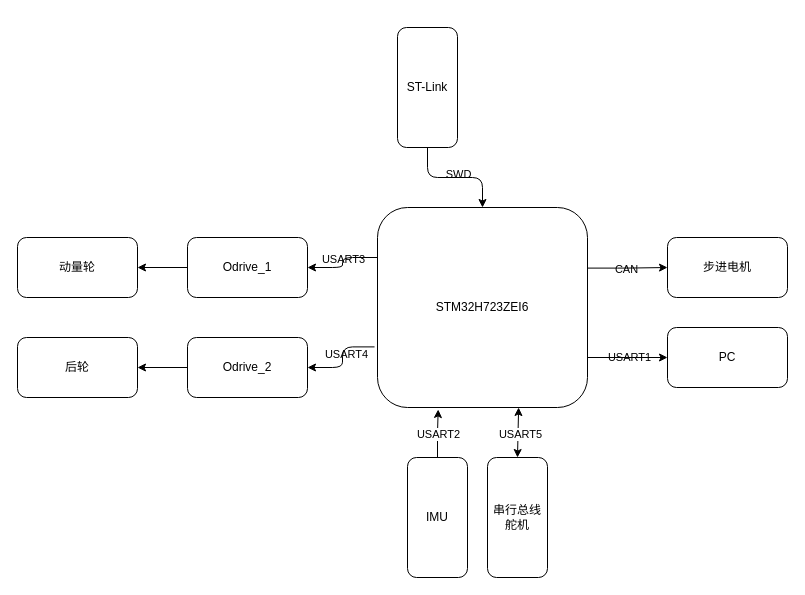
This is Control_Unit/Hardware/控制单元架构.drawio from Ashington258/EquiCycle, a draw.io file, before an edit. Source tidied: cells renumbered, new cells numbered last; positions are measured from the earlier drawing's top-left corner, leaving out a move shared by most shapes. Both pictures are drawn from the tidied source at 100%, with x=0, y=0 at pixel (17, 27).
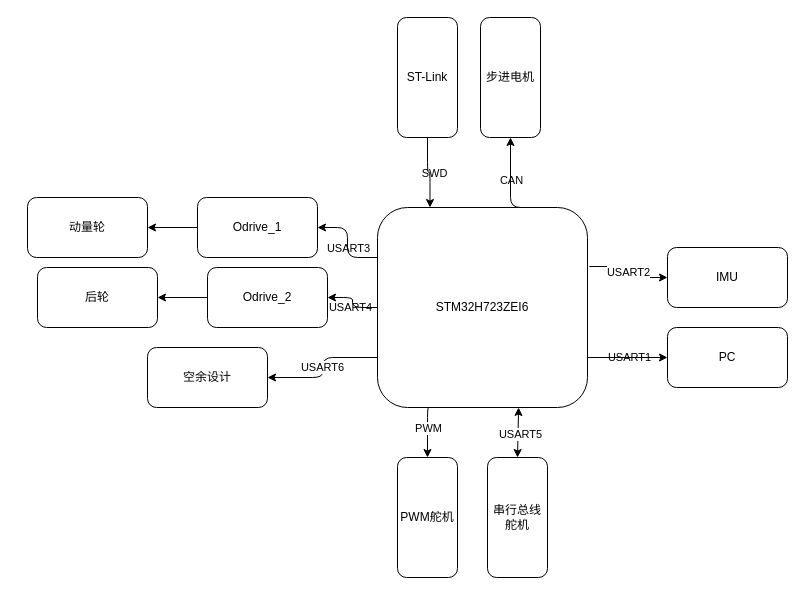
The same page after the edit.

Commit message:
更新了硬件框架

Unchanged cells that the change refers to:
```xml
<mxCell id="8" value="STM32H723ZEI6" style="rounded=1;whiteSpace=wrap;html=1;labelBackgroundColor=none;" parent="1" vertex="1">
  <mxGeometry x="360" y="180" width="210" height="200" as="geometry" />
</mxCell>
<mxCell id="15" value="串行总线舵机" style="rounded=1;whiteSpace=wrap;html=1;direction=south;labelBackgroundColor=none;" parent="1" vertex="1">
  <mxGeometry x="470" y="430" width="60" height="120" as="geometry" />
</mxCell>
```

What changed in the source:
```diff
@@
-    <mxCell id="4" style="edgeStyle=orthogonalEdgeStyle;rounded=1;jettySize=auto;html=1;entryX=0;entryY=0.5;entryDx=0;entryDy=0;exitX=1.002;exitY=0.303;exitDx=0;exitDy=0;exitPerimeter=0;labelBackgroundColor=none;fontColor=default;" parent="1" edge="1" source="8" target="9">
-      <mxGeometry relative="1" as="geometry" />
+    <mxCell id="4" style="edgeStyle=orthogonalEdgeStyle;rounded=1;jettySize=auto;html=1;entryX=0;entryY=0.5;entryDx=0;entryDy=0;exitX=0.75;exitY=0;exitDx=0;exitDy=0;labelBackgroundColor=none;fontColor=default;" parent="1" edge="1" source="8" target="9">
+      <mxGeometry relative="1" as="geometry">
+        <Array as="points">
+          <mxPoint x="493" y="180" />
+        </Array>
+      </mxGeometry>
     </mxCell>
     <mxCell id="5" value="CAN" style="edgeLabel;html=1;align=center;verticalAlign=middle;rounded=1;labelBackgroundColor=none;" parent="4" vertex="1">
-      <mxGeometry x="-0.05" y="-1" relative="1" as="geometry" />
+      <mxGeometry x="-0.05" y="-1" relative="1" as="geometry">
+        <mxPoint x="-1" y="-7" as="offset" />
+      </mxGeometry>
     </mxCell>
-    <mxCell id="6" style="edgeStyle=orthogonalEdgeStyle;rounded=1;jettySize=auto;html=1;exitX=-0.014;exitY=0.697;exitDx=0;exitDy=0;entryX=1;entryY=0.5;entryDx=0;entryDy=0;exitPerimeter=0;labelBackgroundColor=none;fontColor=default;" parent="1" edge="1" source="8" target="13">
+    <mxCell id="6" style="edgeStyle=orthogonalEdgeStyle;rounded=1;jettySize=auto;html=1;entryX=1;entryY=0.5;entryDx=0;entryDy=0;labelBackgroundColor=none;fontColor=default;" parent="1" edge="1" source="8" target="13">
       <mxGeometry relative="1" as="geometry" />
     </mxCell>
@@
+    <mxCell id="28" style="edgeStyle=orthogonalEdgeStyle;rounded=1;jettySize=auto;html=1;exitX=0.25;exitY=1;exitDx=0;exitDy=0;curved=0;" parent="1" edge="1" source="8" target="33">
+      <mxGeometry relative="1" as="geometry">
+        <Array as="points">
+          <mxPoint x="410" y="380" />
+        </Array>
+      </mxGeometry>
+    </mxCell>
+    <mxCell id="29" value="PWM" style="edgeLabel;html=1;align=center;verticalAlign=middle;rounded=1;" parent="28" vertex="1">
+      <mxGeometry x="-0.12" relative="1" as="geometry" />
+    </mxCell>
+    <mxCell id="30" style="edgeStyle=orthogonalEdgeStyle;rounded=1;jettySize=auto;html=1;exitX=0;exitY=0.75;exitDx=0;exitDy=0;" parent="1" edge="1" source="8" target="34">
+      <mxGeometry relative="1" as="geometry" />
+    </mxCell>
+    <mxCell id="31" value="USART6" style="edgeLabel;html=1;align=center;verticalAlign=middle;rounded=1;" parent="30" vertex="1">
+      <mxGeometry x="-0.02" y="-1" relative="1" as="geometry" />
+    </mxCell>
@@
-    <mxCell id="9" value="步进电机" style="whiteSpace=wrap;html=1;rounded=1;labelBackgroundColor=none;" parent="1" vertex="1">
-      <mxGeometry x="650" y="210" width="120" height="60" as="geometry" />
+    <mxCell id="9" value="步进电机" style="whiteSpace=wrap;html=1;rounded=1;labelBackgroundColor=none;direction=north;" parent="1" vertex="1">
+      <mxGeometry x="463" y="-10" width="60" height="120" as="geometry" />
     </mxCell>
@@
     <mxCell id="11" value="Odrive_1" style="rounded=1;whiteSpace=wrap;html=1;labelBackgroundColor=none;" parent="1" vertex="1">
-      <mxGeometry x="170" y="210" width="120" height="60" as="geometry" />
+      <mxGeometry x="180" y="170" width="120" height="60" as="geometry" />
     </mxCell>
@@
     <mxCell id="13" value="Odrive_2" style="rounded=1;whiteSpace=wrap;html=1;labelBackgroundColor=none;" parent="1" vertex="1">
-      <mxGeometry x="170" y="310" width="120" height="60" as="geometry" />
+      <mxGeometry x="190" y="240" width="120" height="60" as="geometry" />
     </mxCell>
@@
-    <mxCell id="16" value="IMU" style="rounded=1;whiteSpace=wrap;html=1;direction=south;labelBackgroundColor=none;" parent="1" vertex="1">
-      <mxGeometry x="390" y="430" width="60" height="120" as="geometry" />
-    </mxCell>
-    <mxCell id="17" style="edgeStyle=orthogonalEdgeStyle;rounded=1;jettySize=auto;html=1;exitX=1;exitY=0.5;exitDx=0;exitDy=0;entryX=0.5;entryY=0;entryDx=0;entryDy=0;labelBackgroundColor=none;fontColor=default;" parent="1" edge="1" source="19" target="8">
+    <mxCell id="17" style="edgeStyle=orthogonalEdgeStyle;rounded=1;jettySize=auto;html=1;exitX=1;exitY=0.5;exitDx=0;exitDy=0;entryX=0.25;entryY=0;entryDx=0;entryDy=0;labelBackgroundColor=none;fontColor=default;" parent="1" edge="1" source="19" target="8">
       <mxGeometry relative="1" as="geometry" />
     </mxCell>
@@
     <mxCell id="19" value="ST-Link" style="rounded=1;whiteSpace=wrap;html=1;direction=south;labelBackgroundColor=none;" parent="1" vertex="1">
-      <mxGeometry x="380" width="60" height="120" as="geometry" />
+      <mxGeometry x="380" y="-10" width="60" height="120" as="geometry" />
     </mxCell>
@@
     <mxCell id="22" value="动量轮" style="rounded=1;whiteSpace=wrap;html=1;labelBackgroundColor=none;" parent="1" vertex="1">
-      <mxGeometry y="210" width="120" height="60" as="geometry" />
+      <mxGeometry x="10" y="170" width="120" height="60" as="geometry" />
     </mxCell>
     <mxCell id="23" value="后轮" style="whiteSpace=wrap;html=1;rounded=1;labelBackgroundColor=none;" parent="1" vertex="1">
-      <mxGeometry y="310" width="120" height="60" as="geometry" />
+      <mxGeometry x="20" y="240" width="120" height="60" as="geometry" />
     </mxCell>
-    <mxCell id="24" style="edgeStyle=orthogonalEdgeStyle;rounded=0;jettySize=auto;html=1;exitX=0;exitY=0.5;exitDx=0;exitDy=0;entryX=0.289;entryY=1.01;entryDx=0;entryDy=0;entryPerimeter=0;" parent="1" edge="1" source="16" target="8">
-      <mxGeometry relative="1" as="geometry" />
-    </mxCell>
-    <mxCell id="25" value="USART2" style="edgeLabel;html=1;align=center;verticalAlign=middle;" parent="24" vertex="1">
-      <mxGeometry x="-0.02" relative="1" as="geometry" />
-    </mxCell>
-    <mxCell id="26" style="endArrow=classic;startArrow=classic;html=1;rounded=0;exitX=0;exitY=0.5;exitDx=0;exitDy=0;entryX=0.672;entryY=1;entryDx=0;entryDy=0;entryPerimeter=0;" parent="1" edge="1" source="15" target="8">
+    <mxCell id="26" style="endArrow=classic;startArrow=classic;html=1;rounded=1;exitX=0;exitY=0.5;exitDx=0;exitDy=0;entryX=0.672;entryY=1;entryDx=0;entryDy=0;entryPerimeter=0;" parent="1" edge="1" source="15" target="8">
       <mxGeometry relative="1" as="geometry" />
     </mxCell>
-    <mxCell id="27" value="USART5" style="edgeLabel;html=1;align=center;verticalAlign=middle;" parent="26" vertex="1">
+    <mxCell id="27" value="USART5" style="edgeLabel;html=1;align=center;verticalAlign=middle;rounded=1;" parent="26" vertex="1">
       <mxGeometry x="-0.03" y="-2" relative="1" as="geometry" />
     </mxCell>
+    <mxCell id="16" value="IMU" style="rounded=1;whiteSpace=wrap;html=1;direction=east;labelBackgroundColor=none;" parent="1" vertex="1">
+      <mxGeometry x="650" y="220" width="120" height="60" as="geometry" />
+    </mxCell>
+    <mxCell id="32" style="edgeStyle=orthogonalEdgeStyle;rounded=1;jettySize=auto;html=1;exitX=1.009;exitY=0.295;exitDx=0;exitDy=0;entryX=0;entryY=0.5;entryDx=0;entryDy=0;exitPerimeter=0;" parent="1" edge="1" source="8" target="16">
+      <mxGeometry relative="1" as="geometry" />
+    </mxCell>
+    <mxCell id="25" value="USART2" style="edgeLabel;html=1;align=center;verticalAlign=middle;rounded=1;" parent="32" vertex="1">
+      <mxGeometry x="-0.02" relative="1" as="geometry" />
+    </mxCell>
+    <mxCell id="33" value="PWM舵机" style="rounded=1;whiteSpace=wrap;html=1;direction=south;labelBackgroundColor=none;" parent="1" vertex="1">
+      <mxGeometry x="380" y="430" width="60" height="120" as="geometry" />
+    </mxCell>
+    <mxCell id="34" value="空余设计" style="rounded=1;whiteSpace=wrap;html=1;" parent="1" vertex="1">
+      <mxGeometry x="130" y="320" width="120" height="60" as="geometry" />
+    </mxCell>
```
